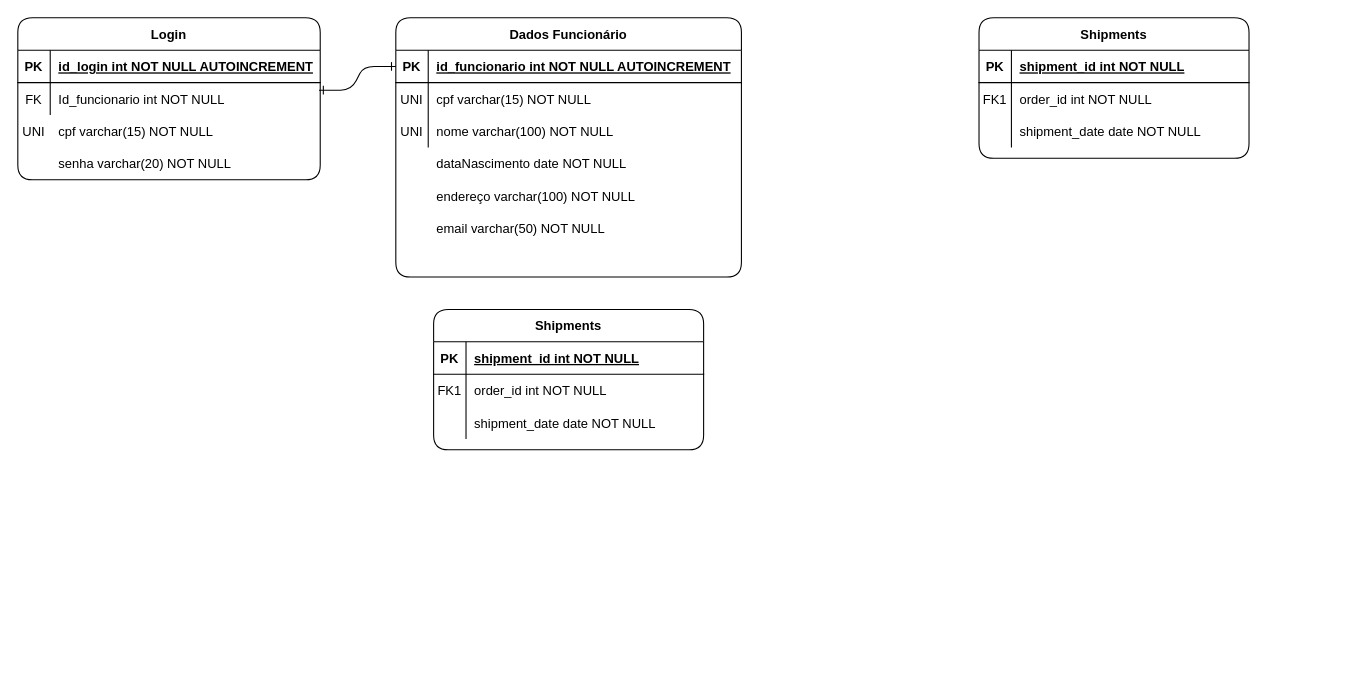
Above: Diagrama sem nome.drawio in ExtraProjects860/DevWebProject (draw.io), before the change. Source tidied: cells renumbered, new cells numbered last; positions are measured from the earlier drawing's top-left corner, leaving out a move shared by most shapes. Both pictures are drawn from the tidied source at 108%, with x=0, y=0 at pixel (17, 17).
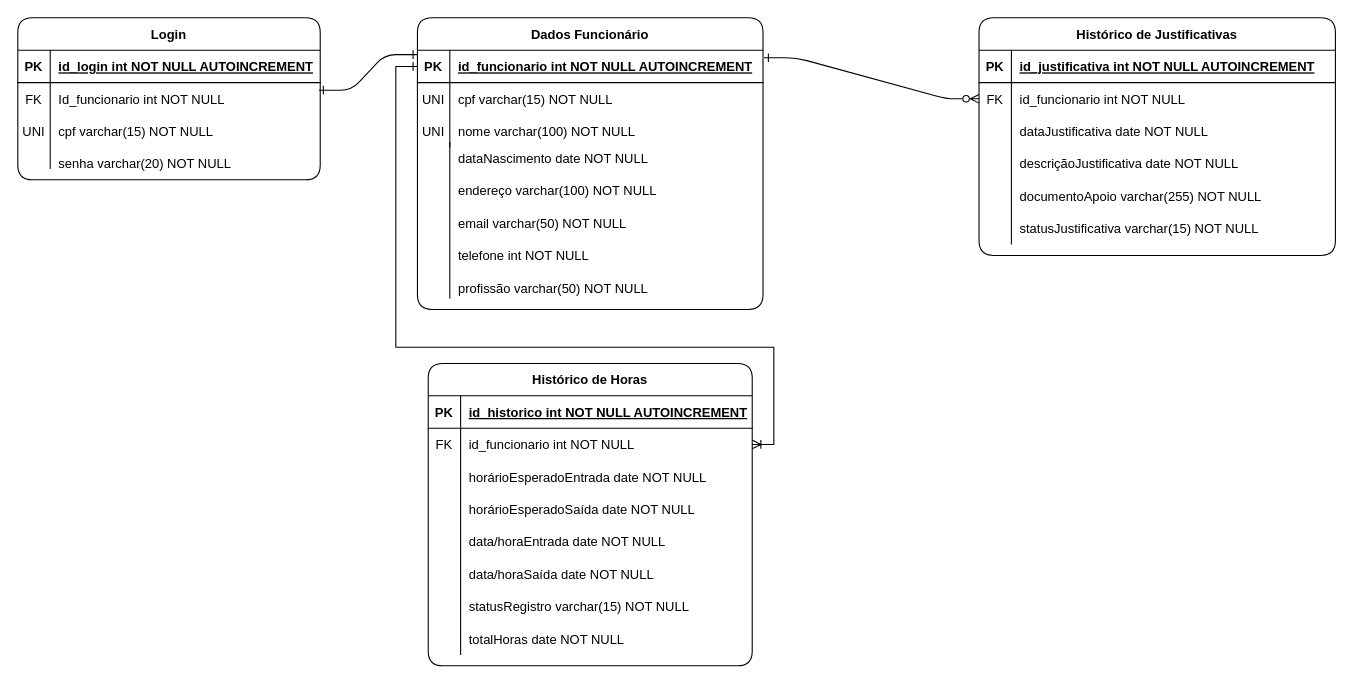
The same page after the edit.

Commit message:
Modelo Lógico Concluído

The change refers to these unchanged cells:
```xml
<mxCell id="4" style="shape=partialRectangle;fillColor=none;points=[[0,0.5],[1,0.5]];portConstraint=eastwest;top=0;left=0;right=0;bottom=1;" parent="3" vertex="1">
  <mxGeometry y="30" width="320" height="30" as="geometry" />
</mxCell>
<mxCell id="27" style="shape=partialRectangle;fillColor=none;points=[[0,0.5],[1,0.5]];portConstraint=eastwest;top=0;left=0;right=0;bottom=0;" parent="23" vertex="1">
  <mxGeometry y="60" width="280" height="30" as="geometry" />
</mxCell>
```

What changed in the source:
```diff
@@
-    <mxCell id="2" style="edgeStyle=entityRelationEdgeStyle;endArrow=ERone;startArrow=ERone;endFill=0;startFill=0;exitX=0.996;exitY=0.233;exitDx=0;exitDy=0;exitPerimeter=0;entryX=0;entryY=0.5;entryDx=0;entryDy=0;" parent="1" edge="1" source="27" target="4">
-      <mxGeometry relative="1" as="geometry" />
+    <mxCell id="2" style="edgeStyle=entityRelationEdgeStyle;endArrow=ERone;startArrow=ERone;endFill=0;startFill=0;exitX=0.996;exitY=0.233;exitDx=0;exitDy=0;exitPerimeter=0;entryX=0;entryY=0.135;entryDx=0;entryDy=0;entryPerimeter=0;" parent="1" edge="1" source="27" target="4">
+      <mxGeometry relative="1" as="geometry">
+        <Array as="points">
+          <mxPoint x="370" y="30" />
+          <mxPoint x="340" y="40" />
+        </Array>
+      </mxGeometry>
     </mxCell>
     <mxCell id="3" value="Dados Funcionário" style="shape=table;startSize=30;childLayout=tableLayout;rowLines=0;fontStyle=1;align=center;rounded=1;" parent="1" vertex="1">
-      <mxGeometry x="350" width="320" height="240" as="geometry" />
+      <mxGeometry x="370" width="320" height="270" as="geometry" />
     </mxCell>
@@
-    <mxCell id="13" value="Shipments" style="shape=table;startSize=30;childLayout=tableLayout;rowLines=0;fontStyle=1;align=center;rounded=1;" parent="1" vertex="1">
-      <mxGeometry x="385" y="270" width="250" height="130" as="geometry" />
+    <mxCell id="13" value="Histórico de Horas" style="shape=table;startSize=30;childLayout=tableLayout;rowLines=0;fontStyle=1;align=center;rounded=1;" parent="1" vertex="1">
+      <mxGeometry x="380" y="320" width="300" height="280" as="geometry" />
     </mxCell>
     <mxCell id="14" style="shape=partialRectangle;fillColor=none;top=0;left=0;right=0;bottom=1;" parent="13" vertex="1">
-      <mxGeometry y="30" width="250" height="30" as="geometry" />
+      <mxGeometry y="30" width="300" height="30" as="geometry" />
     </mxCell>
@@
-    <mxCell id="16" value="shipment_id int NOT NULL " style="shape=partialRectangle;overflow=hidden;fillColor=none;top=0;left=0;bottom=0;right=0;align=left;spacingLeft=6;fontStyle=5;" parent="14" vertex="1">
-      <mxGeometry x="30" width="220" height="30" as="geometry" />
+    <mxCell id="16" value="id_historico int NOT NULL AUTOINCREMENT" style="shape=partialRectangle;overflow=hidden;fillColor=none;top=0;left=0;bottom=0;right=0;align=left;spacingLeft=6;fontStyle=5;" parent="14" vertex="1">
+      <mxGeometry x="30" width="270" height="30" as="geometry" />
     </mxCell>
     <mxCell id="17" style="shape=partialRectangle;fillColor=none;points=[[0,0.5],[1,0.5]];portConstraint=eastwest;top=0;left=0;right=0;bottom=0;" parent="13" vertex="1">
-      <mxGeometry y="60" width="250" height="30" as="geometry" />
+      <mxGeometry y="60" width="300" height="30" as="geometry" />
     </mxCell>
-    <mxCell id="18" value="FK1" style="shape=partialRectangle;overflow=hidden;fillColor=none;top=0;left=0;bottom=0;right=0;" parent="17" vertex="1">
+    <mxCell id="18" value="FK" style="shape=partialRectangle;overflow=hidden;fillColor=none;top=0;left=0;bottom=0;right=0;" parent="17" vertex="1">
       <mxGeometry width="30" height="30" as="geometry" />
     </mxCell>
-    <mxCell id="19" value="order_id int NOT NULL" style="shape=partialRectangle;overflow=hidden;fillColor=none;top=0;left=0;bottom=0;right=0;align=left;spacingLeft=6;" parent="17" vertex="1">
-      <mxGeometry x="30" width="220" height="30" as="geometry" />
+    <mxCell id="19" value="id_funcionario int NOT NULL" style="shape=partialRectangle;overflow=hidden;fillColor=none;top=0;left=0;bottom=0;right=0;align=left;spacingLeft=6;" parent="17" vertex="1">
+      <mxGeometry x="30" width="270" height="30" as="geometry" />
     </mxCell>
     <mxCell id="20" style="shape=partialRectangle;fillColor=none;top=0;left=0;right=0;bottom=0;" parent="13" vertex="1">
-      <mxGeometry y="90" width="250" height="30" as="geometry" />
+      <mxGeometry y="90" width="300" height="30" as="geometry" />
     </mxCell>
@@
-    <mxCell id="22" value="shipment_date date NOT NULL" style="shape=partialRectangle;overflow=hidden;fillColor=none;top=0;left=0;bottom=0;right=0;align=left;spacingLeft=6;" parent="20" vertex="1">
-      <mxGeometry x="30" width="220" height="30" as="geometry" />
+    <mxCell id="22" value="horárioEsperadoEntrada date NOT NULL" style="shape=partialRectangle;overflow=hidden;fillColor=none;top=0;left=0;bottom=0;right=0;align=left;spacingLeft=6;" parent="20" vertex="1">
+      <mxGeometry x="30" width="270" height="30" as="geometry" />
     </mxCell>
+    <mxCell id="46" style="shape=partialRectangle;fillColor=none;top=0;left=0;right=0;bottom=0;" parent="13" vertex="1">
+      <mxGeometry y="120" width="300" height="30" as="geometry" />
+    </mxCell>
+    <mxCell id="47" style="shape=partialRectangle;overflow=hidden;fillColor=none;top=0;left=0;bottom=0;right=0;" parent="46" vertex="1">
+      <mxGeometry width="30" height="30" as="geometry" />
+    </mxCell>
+    <mxCell id="48" value="horárioEsperadoSaída date NOT NULL" style="shape=partialRectangle;overflow=hidden;fillColor=none;top=0;left=0;bottom=0;right=0;align=left;spacingLeft=6;" parent="46" vertex="1">
+      <mxGeometry x="30" width="270" height="30" as="geometry" />
+    </mxCell>
+    <mxCell id="49" style="shape=partialRectangle;fillColor=none;top=0;left=0;right=0;bottom=0;" parent="13" vertex="1">
+      <mxGeometry y="150" width="300" height="30" as="geometry" />
+    </mxCell>
+    <mxCell id="50" style="shape=partialRectangle;overflow=hidden;fillColor=none;top=0;left=0;bottom=0;right=0;" parent="49" vertex="1">
+      <mxGeometry width="30" height="30" as="geometry" />
+    </mxCell>
+    <mxCell id="51" value="data/horaEntrada date NOT NULL" style="shape=partialRectangle;overflow=hidden;fillColor=none;top=0;left=0;bottom=0;right=0;align=left;spacingLeft=6;" parent="49" vertex="1">
+      <mxGeometry x="30" width="270" height="30" as="geometry" />
+    </mxCell>
+    <mxCell id="52" style="shape=partialRectangle;fillColor=none;top=0;left=0;right=0;bottom=0;" parent="13" vertex="1">
+      <mxGeometry y="180" width="300" height="30" as="geometry" />
+    </mxCell>
+    <mxCell id="53" style="shape=partialRectangle;overflow=hidden;fillColor=none;top=0;left=0;bottom=0;right=0;" parent="52" vertex="1">
+      <mxGeometry width="30" height="30" as="geometry" />
+    </mxCell>
+    <mxCell id="54" value="data/horaSaída date NOT NULL" style="shape=partialRectangle;overflow=hidden;fillColor=none;top=0;left=0;bottom=0;right=0;align=left;spacingLeft=6;" parent="52" vertex="1">
+      <mxGeometry x="30" width="270" height="30" as="geometry" />
+    </mxCell>
+    <mxCell id="55" style="shape=partialRectangle;fillColor=none;top=0;left=0;right=0;bottom=0;" parent="13" vertex="1">
+      <mxGeometry y="210" width="300" height="30" as="geometry" />
+    </mxCell>
+    <mxCell id="56" style="shape=partialRectangle;overflow=hidden;fillColor=none;top=0;left=0;bottom=0;right=0;" parent="55" vertex="1">
+      <mxGeometry width="30" height="30" as="geometry" />
+    </mxCell>
+    <mxCell id="57" value="statusRegistro varchar(15) NOT NULL" style="shape=partialRectangle;overflow=hidden;fillColor=none;top=0;left=0;bottom=0;right=0;align=left;spacingLeft=6;" parent="55" vertex="1">
+      <mxGeometry x="30" width="270" height="30" as="geometry" />
+    </mxCell>
+    <mxCell id="58" style="shape=partialRectangle;fillColor=none;top=0;left=0;right=0;bottom=0;" parent="13" vertex="1">
+      <mxGeometry y="240" width="300" height="30" as="geometry" />
+    </mxCell>
+    <mxCell id="59" style="shape=partialRectangle;overflow=hidden;fillColor=none;top=0;left=0;bottom=0;right=0;" parent="58" vertex="1">
+      <mxGeometry width="30" height="30" as="geometry" />
+    </mxCell>
+    <mxCell id="60" value="totalHoras date NOT NULL" style="shape=partialRectangle;overflow=hidden;fillColor=none;top=0;left=0;bottom=0;right=0;align=left;spacingLeft=6;" parent="58" vertex="1">
+      <mxGeometry x="30" width="270" height="30" as="geometry" />
+    </mxCell>
@@
-    <mxCell id="33" value="Shipments" style="shape=table;startSize=30;childLayout=tableLayout;rowLines=0;fontStyle=1;align=center;rounded=1;" parent="1" vertex="1">
-      <mxGeometry x="890" width="250" height="130" as="geometry" />
+    <mxCell id="33" value="Histórico de Justificativas" style="shape=table;startSize=30;childLayout=tableLayout;rowLines=0;fontStyle=1;align=center;rounded=1;swimlaneLine=1;shadow=0;" parent="1" vertex="1">
+      <mxGeometry x="890" width="330" height="220" as="geometry" />
     </mxCell>
     <mxCell id="34" style="shape=partialRectangle;fillColor=none;top=0;left=0;right=0;bottom=1;" parent="33" vertex="1">
-      <mxGeometry y="30" width="250" height="30" as="geometry" />
+      <mxGeometry y="30" width="330" height="30" as="geometry" />
     </mxCell>
@@
-    <mxCell id="36" value="shipment_id int NOT NULL " style="shape=partialRectangle;overflow=hidden;fillColor=none;top=0;left=0;bottom=0;right=0;align=left;spacingLeft=6;fontStyle=5;" parent="34" vertex="1">
-      <mxGeometry x="30" width="220" height="30" as="geometry" />
+    <mxCell id="36" value="id_justificativa int NOT NULL AUTOINCREMENT" style="shape=partialRectangle;overflow=hidden;fillColor=none;top=0;left=0;bottom=0;right=0;align=left;spacingLeft=6;fontStyle=5;" parent="34" vertex="1">
+      <mxGeometry x="30" width="300" height="30" as="geometry" />
     </mxCell>
     <mxCell id="37" style="shape=partialRectangle;fillColor=none;points=[[0,0.5],[1,0.5]];portConstraint=eastwest;top=0;left=0;right=0;bottom=0;" parent="33" vertex="1">
-      <mxGeometry y="60" width="250" height="30" as="geometry" />
+      <mxGeometry y="60" width="330" height="30" as="geometry" />
     </mxCell>
-    <mxCell id="38" value="FK1" style="shape=partialRectangle;overflow=hidden;fillColor=none;top=0;left=0;bottom=0;right=0;" parent="37" vertex="1">
+    <mxCell id="38" value="FK" style="shape=partialRectangle;overflow=hidden;fillColor=none;top=0;left=0;bottom=0;right=0;" parent="37" vertex="1">
       <mxGeometry width="30" height="30" as="geometry" />
     </mxCell>
-    <mxCell id="39" value="order_id int NOT NULL" style="shape=partialRectangle;overflow=hidden;fillColor=none;top=0;left=0;bottom=0;right=0;align=left;spacingLeft=6;" parent="37" vertex="1">
-      <mxGeometry x="30" width="220" height="30" as="geometry" />
+    <mxCell id="39" value="id_funcionario int NOT NULL" style="shape=partialRectangle;overflow=hidden;fillColor=none;top=0;left=0;bottom=0;right=0;align=left;spacingLeft=6;" parent="37" vertex="1">
+      <mxGeometry x="30" width="300" height="30" as="geometry" />
     </mxCell>
     <mxCell id="40" style="shape=partialRectangle;fillColor=none;top=0;left=0;right=0;bottom=0;" parent="33" vertex="1">
-      <mxGeometry y="90" width="250" height="30" as="geometry" />
+      <mxGeometry y="90" width="330" height="30" as="geometry" />
     </mxCell>
@@
-    <mxCell id="42" value="shipment_date date NOT NULL" style="shape=partialRectangle;overflow=hidden;fillColor=none;top=0;left=0;bottom=0;right=0;align=left;spacingLeft=6;" parent="40" vertex="1">
-      <mxGeometry x="30" width="220" height="30" as="geometry" />
+    <mxCell id="42" value="dataJustificativa date NOT NULL" style="shape=partialRectangle;overflow=hidden;fillColor=none;top=0;left=0;bottom=0;right=0;align=left;spacingLeft=6;" parent="40" vertex="1">
+      <mxGeometry x="30" width="300" height="30" as="geometry" />
     </mxCell>
+    <mxCell id="61" style="shape=partialRectangle;fillColor=none;top=0;left=0;right=0;bottom=0;" parent="33" vertex="1">
+      <mxGeometry y="120" width="330" height="30" as="geometry" />
+    </mxCell>
+    <mxCell id="62" style="shape=partialRectangle;overflow=hidden;fillColor=none;top=0;left=0;bottom=0;right=0;" parent="61" vertex="1">
+      <mxGeometry width="30" height="30" as="geometry" />
+    </mxCell>
+    <mxCell id="63" value="descriçãoJustificativa date NOT NULL" style="shape=partialRectangle;overflow=hidden;fillColor=none;top=0;left=0;bottom=0;right=0;align=left;spacingLeft=6;" parent="61" vertex="1">
+      <mxGeometry x="30" width="300" height="30" as="geometry" />
+    </mxCell>
+    <mxCell id="64" style="shape=partialRectangle;fillColor=none;top=0;left=0;right=0;bottom=0;" parent="33" vertex="1">
+      <mxGeometry y="150" width="330" height="30" as="geometry" />
+    </mxCell>
+    <mxCell id="65" style="shape=partialRectangle;overflow=hidden;fillColor=none;top=0;left=0;bottom=0;right=0;" parent="64" vertex="1">
+      <mxGeometry width="30" height="30" as="geometry" />
+    </mxCell>
+    <mxCell id="66" value="documentoApoio varchar(255) NOT NULL" style="shape=partialRectangle;overflow=hidden;fillColor=none;top=0;left=0;bottom=0;right=0;align=left;spacingLeft=6;" parent="64" vertex="1">
+      <mxGeometry x="30" width="300" height="30" as="geometry" />
+    </mxCell>
+    <mxCell id="67" style="shape=partialRectangle;fillColor=none;top=0;left=0;right=0;bottom=0;" parent="33" vertex="1">
+      <mxGeometry y="180" width="330" height="30" as="geometry" />
+    </mxCell>
+    <mxCell id="68" style="shape=partialRectangle;overflow=hidden;fillColor=none;top=0;left=0;bottom=0;right=0;" parent="67" vertex="1">
+      <mxGeometry width="30" height="30" as="geometry" />
+    </mxCell>
+    <mxCell id="69" value="statusJustificativa varchar(15) NOT NULL" style="shape=partialRectangle;overflow=hidden;fillColor=none;top=0;left=0;bottom=0;right=0;align=left;spacingLeft=6;" parent="67" vertex="1">
+      <mxGeometry x="30" width="300" height="30" as="geometry" />
+    </mxCell>
     <mxCell id="43" value="dataNascimento date NOT NULL" style="shape=partialRectangle;overflow=hidden;fillColor=none;top=0;left=0;bottom=0;right=0;align=left;spacingLeft=6;" parent="1" vertex="1">
-      <mxGeometry x="380" y="120" width="290" height="30" as="geometry" />
+      <mxGeometry x="400" y="115" width="290" height="30" as="geometry" />
     </mxCell>
     <mxCell id="44" value="endereço varchar(100) NOT NULL" style="shape=partialRectangle;overflow=hidden;fillColor=none;top=0;left=0;bottom=0;right=0;align=left;spacingLeft=6;" parent="1" vertex="1">
-      <mxGeometry x="380" y="150" width="290" height="30" as="geometry" />
+      <mxGeometry x="400" y="145" width="290" height="30" as="geometry" />
     </mxCell>
     <mxCell id="45" value="email varchar(50) NOT NULL" style="shape=partialRectangle;overflow=hidden;fillColor=none;top=0;left=0;bottom=0;right=0;align=left;spacingLeft=6;" parent="1" vertex="1">
-      <mxGeometry x="380" y="180" width="290" height="30" as="geometry" />
+      <mxGeometry x="400" y="175" width="290" height="30" as="geometry" />
     </mxCell>
+    <mxCell id="70" value="telefone int NOT NULL" style="shape=partialRectangle;overflow=hidden;fillColor=none;top=0;left=0;bottom=0;right=0;align=left;spacingLeft=6;" parent="1" vertex="1">
+      <mxGeometry x="400" y="205" width="290" height="30" as="geometry" />
+    </mxCell>
+    <mxCell id="71" value="profissão varchar(50) NOT NULL" style="shape=partialRectangle;overflow=hidden;fillColor=none;top=0;left=0;bottom=0;right=0;align=left;spacingLeft=6;" parent="1" vertex="1">
+      <mxGeometry x="400" y="235" width="290" height="30" as="geometry" />
+    </mxCell>
+    <mxCell id="72" style="line;strokeWidth=1;direction=south;html=1;" parent="1" vertex="1">
+      <mxGeometry x="395" y="115" width="10" height="145" as="geometry" />
+    </mxCell>
+    <mxCell id="73" style="line;strokeWidth=1;direction=south;html=1;" parent="1" vertex="1">
+      <mxGeometry x="25" y="90" width="10" height="50" as="geometry" />
+    </mxCell>
+    <mxCell id="74" style="edgeStyle=entityRelationEdgeStyle;endArrow=ERzeroToMany;startArrow=ERone;endFill=0;startFill=0;entryX=0;entryY=0.5;entryDx=0;entryDy=0;exitX=1.003;exitY=0.233;exitDx=0;exitDy=0;exitPerimeter=0;" parent="1" edge="1" source="4" target="37">
+      <mxGeometry relative="1" as="geometry">
+        <Array as="points">
+          <mxPoint x="760" y="57.5" />
+        </Array>
+      </mxGeometry>
+    </mxCell>
+    <mxCell id="75" style="edgeStyle=orthogonalEdgeStyle;rounded=0;jettySize=auto;html=1;exitX=0;exitY=0.5;exitDx=0;exitDy=0;startArrow=ERone;startFill=0;endArrow=ERoneToMany;endFill=0;" parent="1" edge="1" source="4" target="17">
+      <mxGeometry relative="1" as="geometry">
+        <Array as="points">
+          <mxPoint x="350" y="45" />
+          <mxPoint x="350" y="305" />
+          <mxPoint x="700" y="305" />
+          <mxPoint x="700" y="395" />
+        </Array>
+      </mxGeometry>
+    </mxCell>
```
